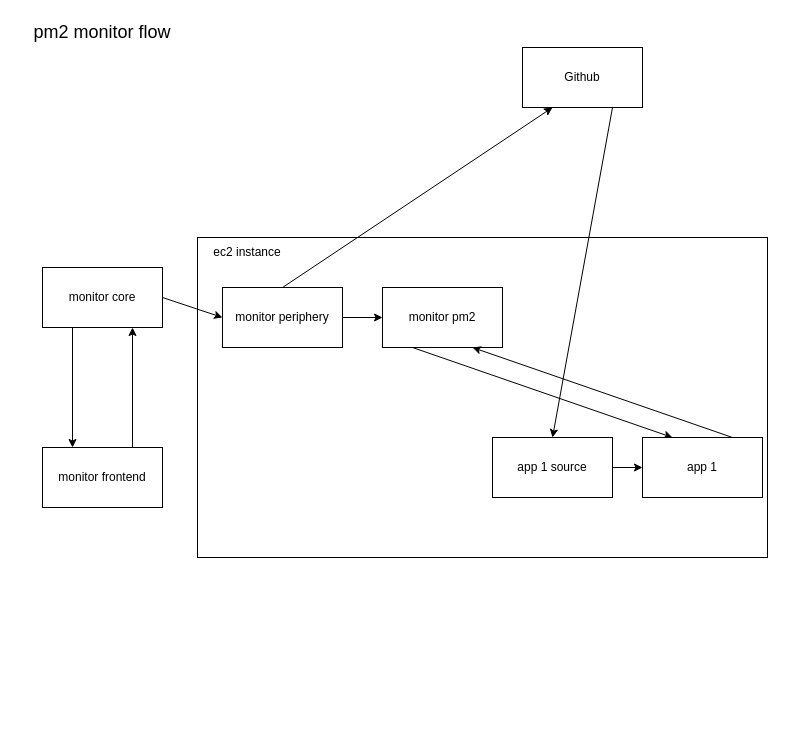
Earlier version of the draw.io diagram monitor/pm2.dio (beckerinj/dio). Source tidied: cells renumbered, new cells numbered last; positions are measured from the earlier drawing's top-left corner, leaving out a move shared by most shapes. Both pictures are drawn from the tidied source at 100%, with x=0, y=0 at pixel (17, 17).
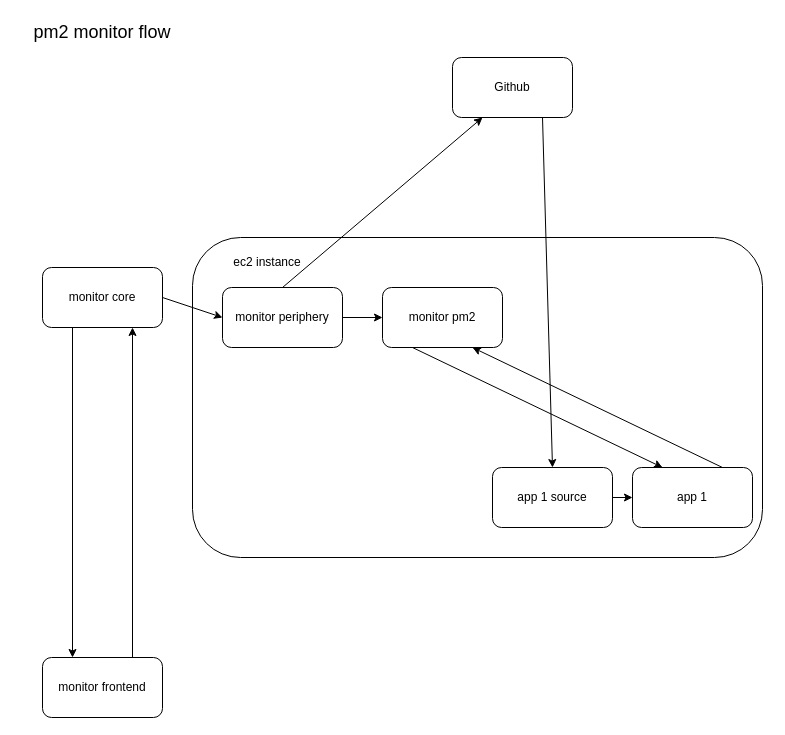
After the change.

The edit, as a diff of the source:
```diff
@@
-    <mxCell id="2" style="edgeStyle=none;html=1;exitX=0.25;exitY=1;exitDx=0;exitDy=0;entryX=0.25;entryY=0;entryDx=0;entryDy=0;" parent="1" edge="1" source="3" target="17">
+    <mxCell id="2" style="edgeStyle=none;html=1;exitX=0.25;exitY=1;exitDx=0;exitDy=0;entryX=0.25;entryY=0;entryDx=0;entryDy=0;rounded=1;" parent="1" edge="1" source="3" target="17">
       <mxGeometry relative="1" as="geometry" />
     </mxCell>
-    <mxCell id="3" value="monitor core" style="rounded=0;whiteSpace=wrap;html=1;" parent="1" vertex="1">
+    <mxCell id="3" value="monitor core" style="rounded=1;whiteSpace=wrap;html=1;" parent="1" vertex="1">
       <mxGeometry x="25" y="250" width="120" height="60" as="geometry" />
     </mxCell>
-    <mxCell id="4" style="rounded=0;whiteSpace=wrap;html=1;" parent="1" vertex="1">
-      <mxGeometry x="180" y="220" width="570" height="320" as="geometry" />
+    <mxCell id="4" style="rounded=1;whiteSpace=wrap;html=1;gradientColor=none;" parent="1" vertex="1">
+      <mxGeometry x="175" y="220" width="570" height="320" as="geometry" />
     </mxCell>
-    <mxCell id="5" style="edgeStyle=none;html=1;exitX=1;exitY=0.5;exitDx=0;exitDy=0;entryX=0;entryY=0.5;entryDx=0;entryDy=0;" parent="1" edge="1" source="7" target="9">
+    <mxCell id="5" style="edgeStyle=none;html=1;exitX=1;exitY=0.5;exitDx=0;exitDy=0;entryX=0;entryY=0.5;entryDx=0;entryDy=0;rounded=1;" parent="1" edge="1" source="7" target="9">
       <mxGeometry relative="1" as="geometry" />
     </mxCell>
-    <mxCell id="6" style="edgeStyle=none;html=1;exitX=0.5;exitY=0;exitDx=0;exitDy=0;entryX=0.25;entryY=1;entryDx=0;entryDy=0;" parent="1" edge="1" source="7" target="15">
+    <mxCell id="6" style="edgeStyle=none;html=1;exitX=0.5;exitY=0;exitDx=0;exitDy=0;entryX=0.25;entryY=1;entryDx=0;entryDy=0;rounded=1;" parent="1" edge="1" source="7" target="15">
       <mxGeometry relative="1" as="geometry" />
     </mxCell>
-    <mxCell id="7" value="monitor periphery" style="rounded=0;whiteSpace=wrap;html=1;" parent="1" vertex="1">
+    <mxCell id="7" value="monitor periphery" style="rounded=1;whiteSpace=wrap;html=1;" parent="1" vertex="1">
       <mxGeometry x="205" y="270" width="120" height="60" as="geometry" />
     </mxCell>
-    <mxCell id="8" style="edgeStyle=none;html=1;exitX=0.25;exitY=1;exitDx=0;exitDy=0;entryX=0.25;entryY=0;entryDx=0;entryDy=0;" parent="1" edge="1" source="9" target="13">
+    <mxCell id="8" style="edgeStyle=none;html=1;exitX=0.25;exitY=1;exitDx=0;exitDy=0;entryX=0.25;entryY=0;entryDx=0;entryDy=0;rounded=1;" parent="1" edge="1" source="9" target="13">
       <mxGeometry relative="1" as="geometry" />
     </mxCell>
-    <mxCell id="9" value="monitor pm2" style="rounded=0;whiteSpace=wrap;html=1;" parent="1" vertex="1">
+    <mxCell id="9" value="monitor pm2" style="rounded=1;whiteSpace=wrap;html=1;" parent="1" vertex="1">
       <mxGeometry x="365" y="270" width="120" height="60" as="geometry" />
     </mxCell>
-    <mxCell id="10" style="edgeStyle=none;html=1;exitX=1;exitY=0.5;exitDx=0;exitDy=0;entryX=0;entryY=0.5;entryDx=0;entryDy=0;" parent="1" edge="1" source="11" target="13">
+    <mxCell id="10" style="edgeStyle=none;html=1;exitX=1;exitY=0.5;exitDx=0;exitDy=0;entryX=0;entryY=0.5;entryDx=0;entryDy=0;rounded=1;" parent="1" edge="1" source="11" target="13">
       <mxGeometry relative="1" as="geometry" />
     </mxCell>
-    <mxCell id="11" value="app 1 source" style="rounded=0;whiteSpace=wrap;html=1;" parent="1" vertex="1">
-      <mxGeometry x="475" y="420" width="120" height="60" as="geometry" />
+    <mxCell id="11" value="app 1 source" style="rounded=1;whiteSpace=wrap;html=1;" parent="1" vertex="1">
+      <mxGeometry x="475" y="450" width="120" height="60" as="geometry" />
     </mxCell>
-    <mxCell id="12" style="edgeStyle=none;html=1;exitX=0.75;exitY=0;exitDx=0;exitDy=0;entryX=0.75;entryY=1;entryDx=0;entryDy=0;" parent="1" edge="1" source="13" target="9">
+    <mxCell id="12" style="edgeStyle=none;html=1;exitX=0.75;exitY=0;exitDx=0;exitDy=0;entryX=0.75;entryY=1;entryDx=0;entryDy=0;rounded=1;" parent="1" edge="1" source="13" target="9">
       <mxGeometry relative="1" as="geometry" />
     </mxCell>
-    <mxCell id="13" value="app 1" style="rounded=0;whiteSpace=wrap;html=1;" parent="1" vertex="1">
-      <mxGeometry x="625" y="420" width="120" height="60" as="geometry" />
+    <mxCell id="13" value="app 1" style="rounded=1;whiteSpace=wrap;html=1;" parent="1" vertex="1">
+      <mxGeometry x="615" y="450" width="120" height="60" as="geometry" />
     </mxCell>
-    <mxCell id="14" style="edgeStyle=none;html=1;exitX=0.75;exitY=1;exitDx=0;exitDy=0;entryX=0.5;entryY=0;entryDx=0;entryDy=0;" parent="1" edge="1" source="15" target="11">
+    <mxCell id="14" style="edgeStyle=none;html=1;exitX=0.75;exitY=1;exitDx=0;exitDy=0;entryX=0.5;entryY=0;entryDx=0;entryDy=0;rounded=1;" parent="1" edge="1" source="15" target="11">
       <mxGeometry relative="1" as="geometry" />
     </mxCell>
-    <mxCell id="15" value="Github" style="rounded=0;whiteSpace=wrap;html=1;" parent="1" vertex="1">
-      <mxGeometry x="505" y="30" width="120" height="60" as="geometry" />
+    <mxCell id="15" value="Github" style="rounded=1;whiteSpace=wrap;html=1;" parent="1" vertex="1">
+      <mxGeometry x="435" y="40" width="120" height="60" as="geometry" />
     </mxCell>
-    <mxCell id="16" style="edgeStyle=none;html=1;exitX=0.75;exitY=0;exitDx=0;exitDy=0;entryX=0.75;entryY=1;entryDx=0;entryDy=0;" parent="1" edge="1" source="17" target="3">
+    <mxCell id="16" style="edgeStyle=none;html=1;exitX=0.75;exitY=0;exitDx=0;exitDy=0;entryX=0.75;entryY=1;entryDx=0;entryDy=0;rounded=1;" parent="1" edge="1" source="17" target="3">
       <mxGeometry relative="1" as="geometry" />
     </mxCell>
-    <mxCell id="17" value="monitor frontend" style="rounded=0;whiteSpace=wrap;html=1;" parent="1" vertex="1">
-      <mxGeometry x="25" y="430" width="120" height="60" as="geometry" />
+    <mxCell id="17" value="monitor frontend" style="rounded=1;whiteSpace=wrap;html=1;" parent="1" vertex="1">
+      <mxGeometry x="25" y="640" width="120" height="60" as="geometry" />
     </mxCell>
-    <mxCell id="18" style="edgeStyle=none;html=1;exitX=1;exitY=0.5;exitDx=0;exitDy=0;entryX=0;entryY=0.5;entryDx=0;entryDy=0;" parent="1" edge="1" source="3" target="7">
+    <mxCell id="18" style="edgeStyle=none;html=1;exitX=1;exitY=0.5;exitDx=0;exitDy=0;entryX=0;entryY=0.5;entryDx=0;entryDy=0;rounded=1;" parent="1" edge="1" source="3" target="7">
       <mxGeometry relative="1" as="geometry" />
     </mxCell>
-    <mxCell id="19" value="ec2 instance" style="text;html=1;strokeColor=none;fillColor=none;align=center;verticalAlign=middle;whiteSpace=wrap;rounded=0;" parent="1" vertex="1">
-      <mxGeometry x="185" y="220" width="90" height="30" as="geometry" />
+    <mxCell id="19" value="ec2 instance" style="text;html=1;strokeColor=none;fillColor=none;align=center;verticalAlign=middle;whiteSpace=wrap;rounded=1;" parent="1" vertex="1">
+      <mxGeometry x="205" y="230" width="90" height="30" as="geometry" />
     </mxCell>
-    <mxCell id="20" value="&lt;font style=&quot;font-size: 18px&quot;&gt;pm2 monitor flow&lt;/font&gt;" style="text;html=1;strokeColor=none;fillColor=none;align=center;verticalAlign=middle;whiteSpace=wrap;rounded=0;" parent="1" vertex="1">
+    <mxCell id="20" value="&lt;font style=&quot;font-size: 18px&quot;&gt;pm2 monitor flow&lt;/font&gt;" style="text;html=1;strokeColor=none;fillColor=none;align=center;verticalAlign=middle;whiteSpace=wrap;rounded=1;" parent="1" vertex="1">
       <mxGeometry width="170" height="30" as="geometry" />
     </mxCell>
```
